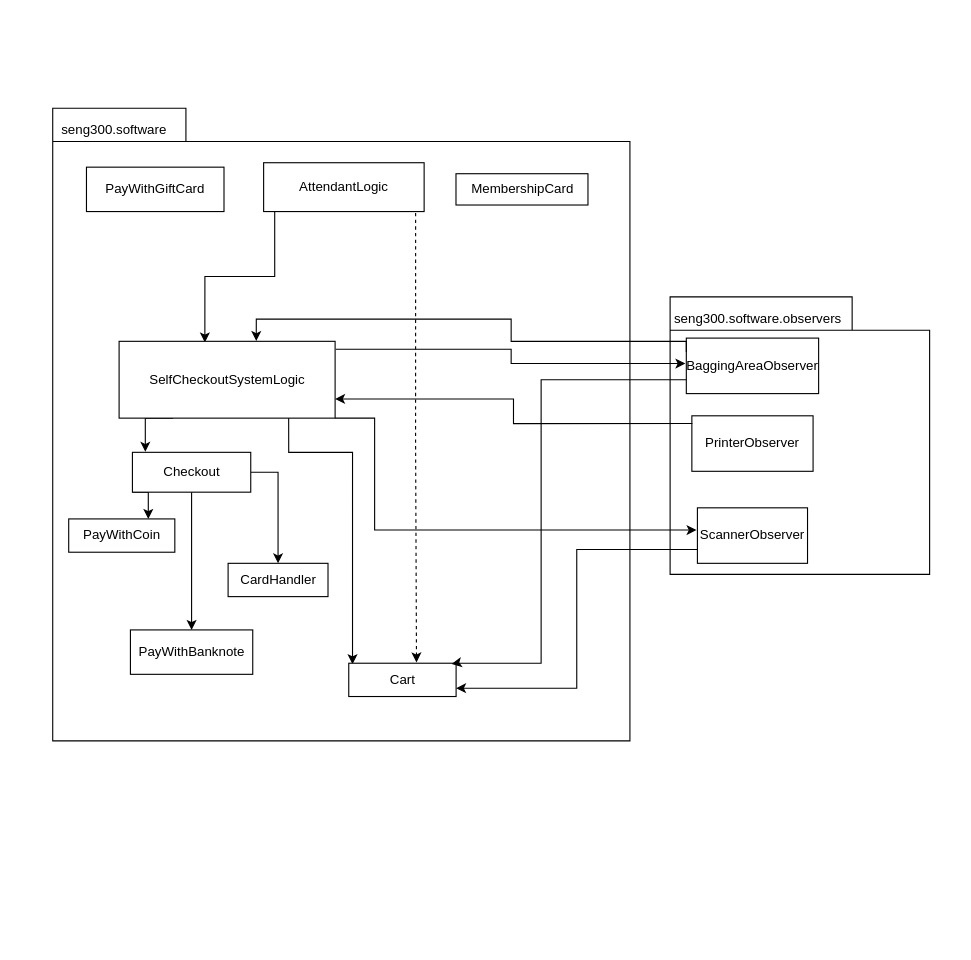
The draw.io diagram Diagrams/ClassDiagrams/AbstractGeneralSystem.drawio in adam-25/Self-Checkout-System, before the edit. Source tidied: cells renumbered, new cells numbered last; positions are measured from the earlier drawing's top-left corner, leaving out a move shared by most shapes. Both pictures are drawn from the tidied source at 111%, with x=0, y=0 at pixel (52, 108).
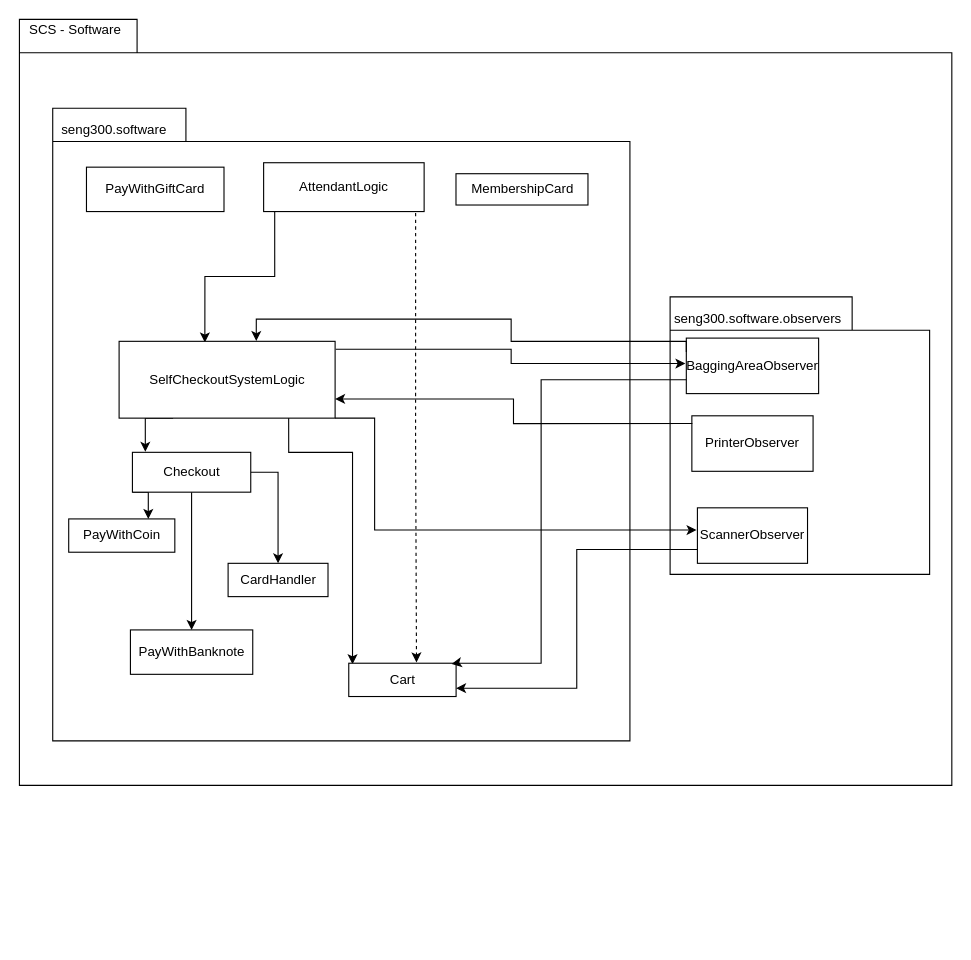
The same page after the edit.

Commit message:
Added Software package

What changed in the source:
```diff
@@
+    <mxCell id="33" style="group;" parent="1" vertex="1">
+      <mxGeometry x="-30" y="-80" width="840" height="690" as="geometry" />
+    </mxCell>
+    <mxCell id="34" style="shape=folder;fontStyle=1;spacingTop=10;tabWidth=106;tabHeight=30;tabPosition=left;html=1;" parent="33" vertex="1">
+      <mxGeometry width="840" height="690" as="geometry" />
+    </mxCell>
+    <mxCell id="35" value="SCS - Software" style="text;html=1;align=center;verticalAlign=middle;strokeColor=none;fillColor=none;" parent="33" vertex="1">
+      <mxGeometry width="100" height="20" as="geometry" />
+    </mxCell>
```
